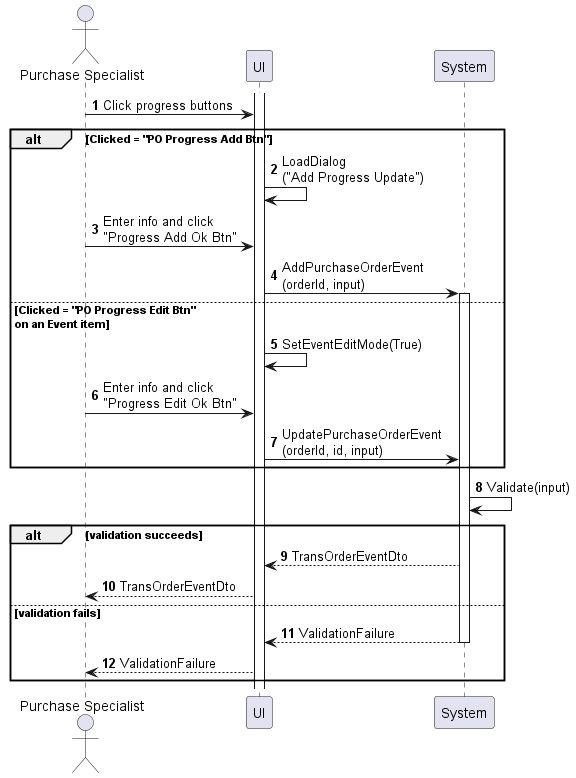
phihungha/scmss-reqs keeps this PlantUML diagram as sequences/purchase-order-update-progress.png. Above is the earlier version.
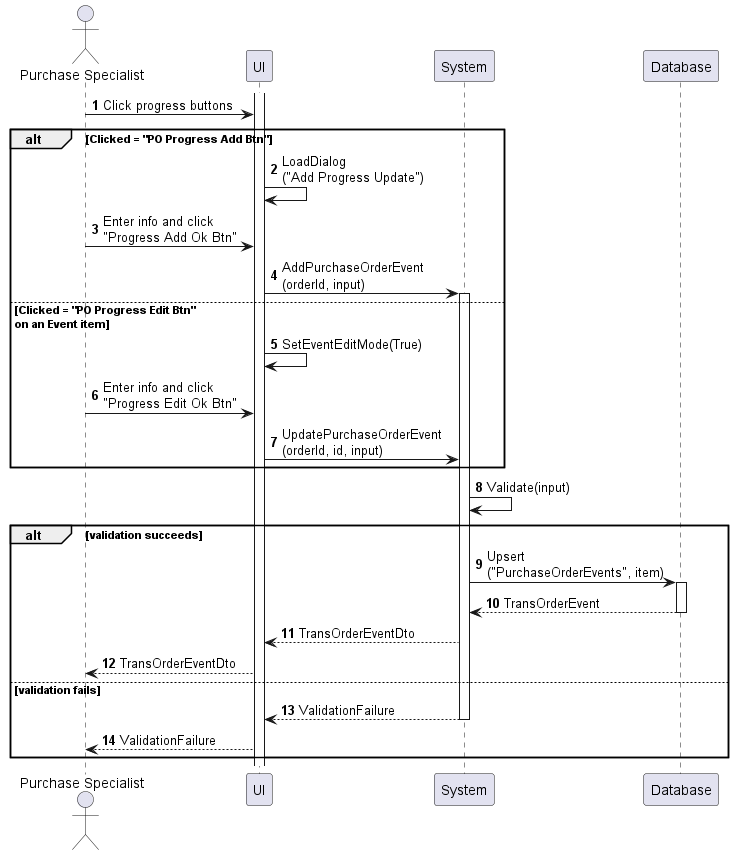
Above is the later version.

What changed in the source:
```diff
@@ -4,6 +4,7 @@
 actor "Purchase Specialist" as a
 participant UI as f
 participant System as b
+participant Database as d
 
 activate f
 a -> f : Click progress buttons
@@ -23,6 +24,9 @@
 b -> b : Validate(input)
 
 alt validation succeeds
+    b -> d : Upsert\n("PurchaseOrderEvents", item)
+    activate d
+    return TransOrderEvent
     b --> f : TransOrderEventDto
     f --> a : TransOrderEventDto
 else validation fails
```
